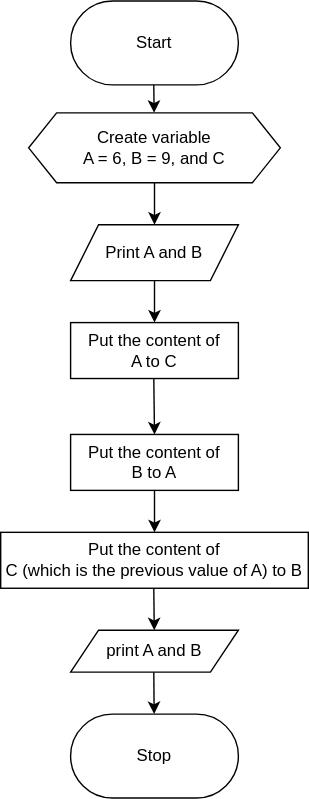
Earlier version of the draw.io export Flowchart4.drawio.svg (Mednoob/Mednoob). Source tidied: cells renumbered, new cells last; positions are measured from the earlier drawing's top-left corner, leaving out a move shared by most shapes. The source it was exported from:
```xml
<mxGraphModel>
  <root>
    <mxCell id="0" />
    <mxCell id="1" parent="0" />
    <mxCell id="2" value="Start" style="rounded=1;whiteSpace=wrap;html=1;arcSize=50;" parent="1" vertex="1">
      <mxGeometry x="50" width="120" height="60" as="geometry" />
    </mxCell>
    <mxCell id="3" style="endArrow=classic;html=1;rounded=0;" parent="1" edge="1" target="4">
      <mxGeometry relative="1" as="geometry">
        <mxPoint x="109.5" y="60" as="sourcePoint" />
      </mxGeometry>
    </mxCell>
    <mxCell id="4" value="Create variable&lt;br&gt;A = 6, B = 9, and C" style="shape=hexagon;perimeter=hexagonPerimeter2;whiteSpace=wrap;html=1;fixedSize=1;" parent="1" vertex="1">
      <mxGeometry x="20" y="80" width="180" height="50" as="geometry" />
    </mxCell>
    <mxCell id="5" style="endArrow=classic;html=1;rounded=0;exitX=0.5;exitY=1;exitDx=0;exitDy=0;" parent="1" edge="1" source="4" target="6">
      <mxGeometry relative="1" as="geometry" />
    </mxCell>
    <mxCell id="6" value="Print A and B" style="shape=parallelogram;perimeter=parallelogramPerimeter;whiteSpace=wrap;html=1;fixedSize=1;" parent="1" vertex="1">
      <mxGeometry x="50" y="160" width="120" height="40" as="geometry" />
    </mxCell>
    <mxCell id="7" value="Put the content of&lt;br&gt;A to C" style="rounded=0;whiteSpace=wrap;html=1;" parent="1" vertex="1">
      <mxGeometry x="50" y="230" width="120" height="40" as="geometry" />
    </mxCell>
    <mxCell id="8" value="Put the content of&lt;br&gt;B to A" style="rounded=0;whiteSpace=wrap;html=1;" parent="1" vertex="1">
      <mxGeometry x="50" y="310" width="120" height="40" as="geometry" />
    </mxCell>
    <mxCell id="9" value="Put the content of&lt;br&gt;C (which is the previous value of A) to B" style="rounded=0;whiteSpace=wrap;html=1;" parent="1" vertex="1">
      <mxGeometry y="380" width="220" height="40" as="geometry" />
    </mxCell>
    <mxCell id="10" style="endArrow=classic;html=1;rounded=0;" parent="1" edge="1">
      <mxGeometry relative="1" as="geometry">
        <mxPoint x="109.5" y="270" as="sourcePoint" />
        <mxPoint x="110" y="310" as="targetPoint" />
      </mxGeometry>
    </mxCell>
    <mxCell id="11" style="endArrow=classic;html=1;rounded=0;entryX=0.5;entryY=0;entryDx=0;entryDy=0;exitX=0.5;exitY=1;exitDx=0;exitDy=0;" parent="1" edge="1" source="8" target="9">
      <mxGeometry relative="1" as="geometry" />
    </mxCell>
    <mxCell id="12" style="endArrow=classic;html=1;rounded=0;entryX=0.5;entryY=0;entryDx=0;entryDy=0;exitX=0.5;exitY=1;exitDx=0;exitDy=0;" parent="1" edge="1" source="6" target="7">
      <mxGeometry relative="1" as="geometry" />
    </mxCell>
    <mxCell id="13" style="endArrow=classic;html=1;rounded=0;" parent="1" edge="1" target="14">
      <mxGeometry relative="1" as="geometry">
        <mxPoint x="109.5" y="420" as="sourcePoint" />
      </mxGeometry>
    </mxCell>
    <mxCell id="14" value="print A and B" style="shape=parallelogram;perimeter=parallelogramPerimeter;whiteSpace=wrap;html=1;fixedSize=1;" parent="1" vertex="1">
      <mxGeometry x="50" y="450" width="120" height="30" as="geometry" />
    </mxCell>
    <mxCell id="15" style="endArrow=classic;html=1;rounded=0;" parent="1" edge="1" target="16">
      <mxGeometry relative="1" as="geometry">
        <mxPoint x="109.5" y="480" as="sourcePoint" />
      </mxGeometry>
    </mxCell>
    <mxCell id="16" value="Stop" style="rounded=1;whiteSpace=wrap;html=1;arcSize=50;" parent="1" vertex="1">
      <mxGeometry x="50" y="510" width="120" height="60" as="geometry" />
    </mxCell>
  </root>
</mxGraphModel>
```
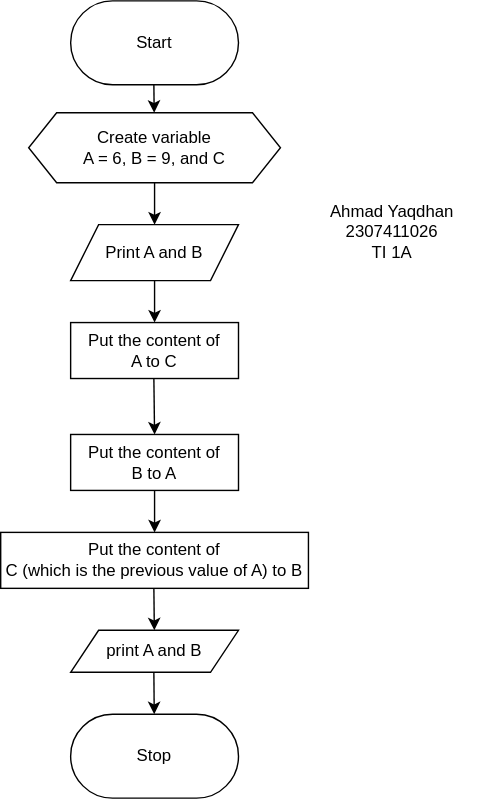
Above is the later version.

Change to the diagram source:
```diff
@@ -56,5 +56,8 @@
     <mxCell id="16" value="Stop" style="rounded=1;whiteSpace=wrap;html=1;arcSize=50;" parent="1" vertex="1">
       <mxGeometry x="50" y="510" width="120" height="60" as="geometry" />
     </mxCell>
+    <mxCell id="17" value="Ahmad Yaqdhan&lt;br&gt;2307411026&lt;br&gt;TI 1A" style="text;html=1;strokeColor=none;fillColor=none;align=center;verticalAlign=middle;whiteSpace=wrap;rounded=0;" parent="1" vertex="1">
+      <mxGeometry x="220" y="150" width="120" height="30" as="geometry" />
+    </mxCell>
   </root>
 </mxGraphModel>
```
